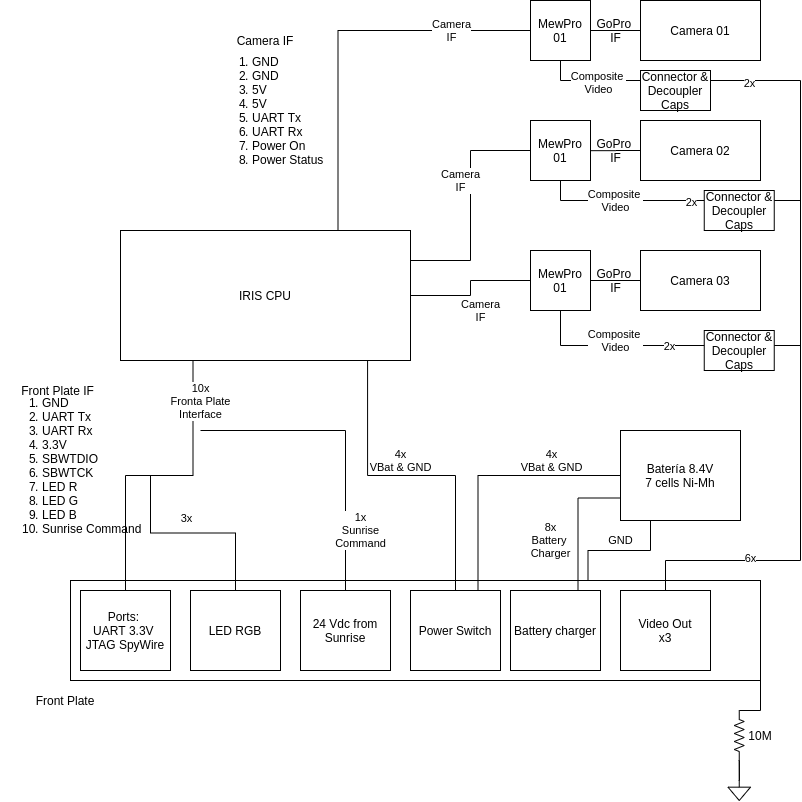
This is IRIS2/01-Design/schematics/IRIS2.png from bultza/IRIS2-hardware, a draw.io export, as it was before one commit. Source tidied: cells renumbered, new cells last; positions are measured from the earlier drawing's top-left corner, leaving out a move shared by most shapes.
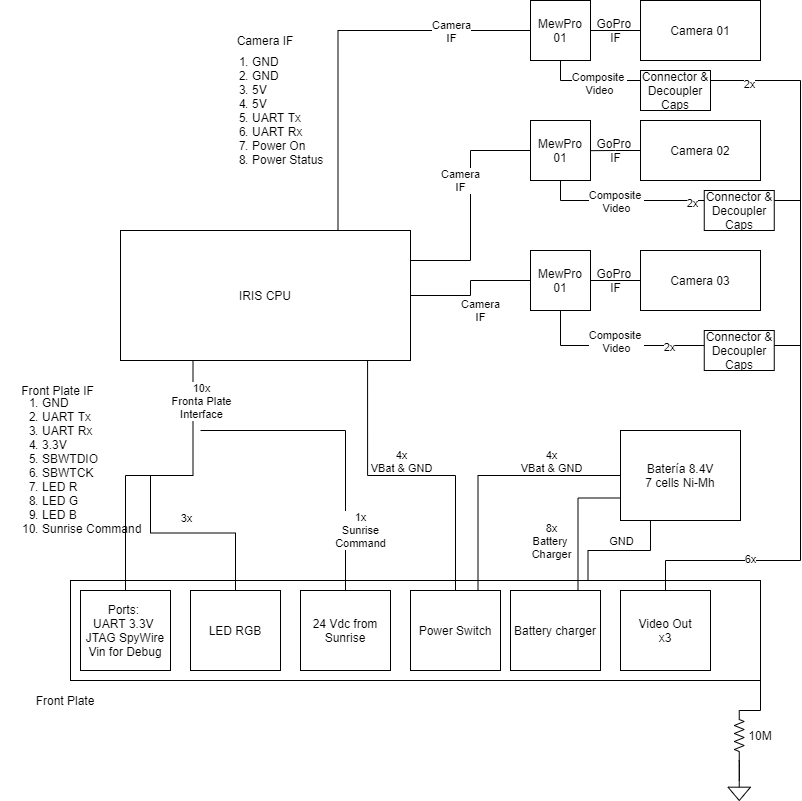
Later version of the same file.

Diff of the diagram source:
```diff
@@ -53,7 +53,7 @@
         <mxPoint x="70" y="-102" as="offset" />
       </mxGeometry>
     </mxCell>
-    <mxCell id="17" value="Ports: &lt;br&gt;UART 3.3V &lt;br&gt;JTAG SpyWire" style="rounded=0;whiteSpace=wrap;html=1;" parent="1" vertex="1">
+    <mxCell id="17" value="Ports: &lt;br&gt;UART 3.3V &lt;br&gt;JTAG SpyWire&lt;br&gt;Vin for Debug" style="rounded=0;whiteSpace=wrap;html=1;" parent="1" vertex="1">
       <mxGeometry x="80" y="590" width="90" height="80" as="geometry" />
     </mxCell>
     <mxCell id="18" style="edgeStyle=orthogonalEdgeStyle;rounded=0;jettySize=auto;html=1;exitX=0.5;exitY=0;exitDx=0;exitDy=0;endArrow=none;endFill=0;" parent="1" edge="1" source="20">
```
